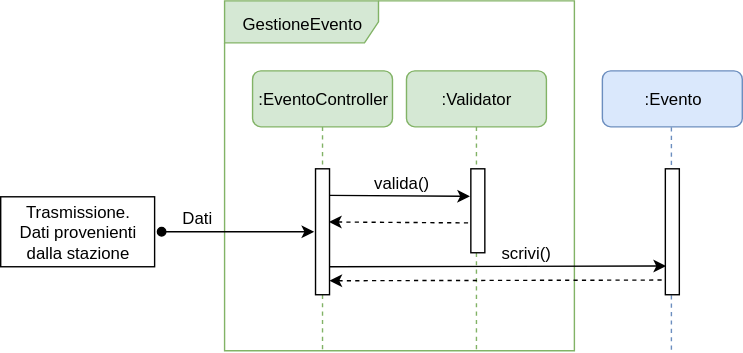
Earlier version of the draw.io export resources/InteractionGestioneEvento.svg (Leaaaf/weatherment.io). Source tidied: cells renumbered, new cells last; positions are measured from the earlier drawing's top-left corner, leaving out a move shared by most shapes.
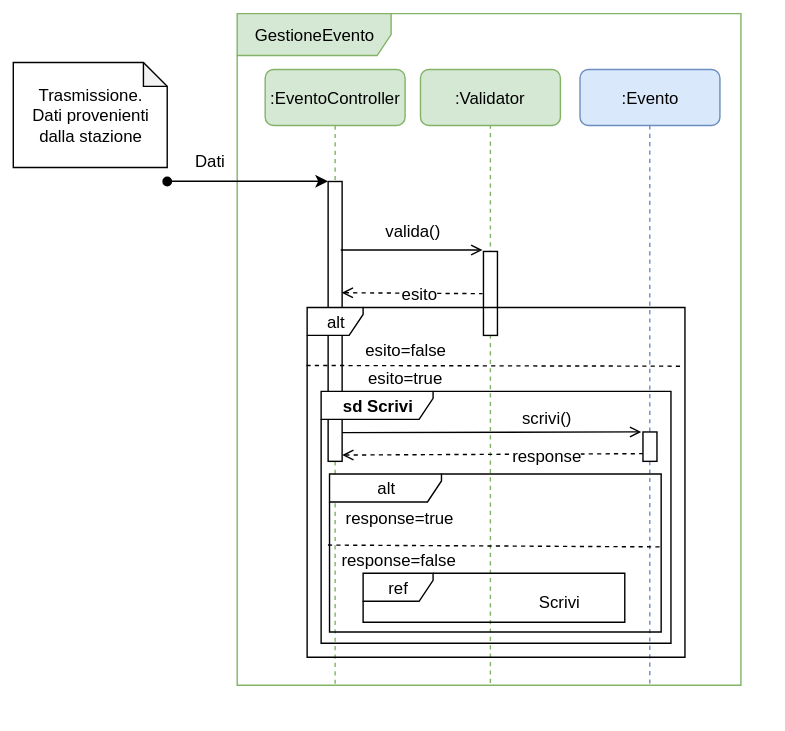
Above is the later version.

Diff of the diagram source:
```diff
@@ -3,91 +3,137 @@
     <mxCell id="0" />
     <mxCell id="1" parent="0" />
     <mxCell id="2" value="GestioneEvento" style="shape=umlFrame;whiteSpace=wrap;html=1;width=110;height=30;fillColor=#d5e8d4;strokeColor=#82b366;" parent="1" vertex="1">
-      <mxGeometry x="160" width="250" height="250" as="geometry" />
+      <mxGeometry x="160" y="-50" width="360" height="480" as="geometry" />
     </mxCell>
+    <mxCell id="21" style="edgeStyle=orthogonalEdgeStyle;rounded=0;orthogonalLoop=1;jettySize=auto;html=1;endArrow=none;endFill=0;fillColor=#d5e8d4;strokeColor=#82b366;dashed=1;" parent="1" edge="1">
+      <mxGeometry relative="1" as="geometry">
+        <mxPoint x="341" y="29.5" as="sourcePoint" />
+        <mxPoint x="341" y="430" as="targetPoint" />
+        <Array as="points">
+          <mxPoint x="341" y="349.5" />
+        </Array>
+      </mxGeometry>
+    </mxCell>
+    <mxCell id="22" style="edgeStyle=orthogonalEdgeStyle;rounded=0;orthogonalLoop=1;jettySize=auto;html=1;endArrow=none;endFill=0;fillColor=#dae8fc;strokeColor=#6c8ebf;dashed=1;" parent="1" edge="1">
+      <mxGeometry relative="1" as="geometry">
+        <mxPoint x="455" y="30" as="sourcePoint" />
+        <mxPoint x="455" y="430" as="targetPoint" />
+        <Array as="points">
+          <mxPoint x="455" y="350" />
+        </Array>
+      </mxGeometry>
+    </mxCell>
     <mxCell id="3" style="edgeStyle=orthogonalEdgeStyle;rounded=0;jettySize=auto;html=1;endArrow=none;endFill=0;fillColor=#d5e8d4;strokeColor=#82b366;dashed=1;" parent="1" edge="1" source="4">
       <mxGeometry relative="1" as="geometry">
-        <mxPoint x="230" y="250" as="targetPoint" />
-        <Array as="points">
-          <mxPoint x="230" y="90" />
-          <mxPoint x="230" y="90" />
-        </Array>
+        <mxPoint x="230" y="430" as="targetPoint" />
       </mxGeometry>
     </mxCell>
+    <mxCell id="5" style="html=1;points=[];perimeter=orthogonalPerimeter;" parent="1" vertex="1">
+      <mxGeometry x="225" y="70" width="10" height="200" as="geometry" />
+    </mxCell>
+    <mxCell id="23" value="&lt;b&gt;sd Scrivi&lt;/b&gt;" style="shape=umlFrame;whiteSpace=wrap;html=1;width=80;height=20;" parent="1" vertex="1">
+      <mxGeometry x="220" y="220" width="250" height="180" as="geometry" />
+    </mxCell>
     <mxCell id="4" value=":EventoController" style="shape=ext;rounded=1;html=1;whiteSpace=wrap;fillColor=#d5e8d4;strokeColor=#82b366;" parent="1" vertex="1">
-      <mxGeometry x="180" y="50" width="100" height="40" as="geometry" />
+      <mxGeometry x="180" y="-10" width="100" height="40" as="geometry" />
     </mxCell>
-    <mxCell id="5" style="html=1;points=[];perimeter=orthogonalPerimeter;" parent="1" vertex="1">
-      <mxGeometry x="225" y="120" width="10" height="90" as="geometry" />
-    </mxCell>
-    <mxCell id="6" style="edgeStyle=orthogonalEdgeStyle;rounded=0;jettySize=auto;html=1;entryX=-0.1;entryY=0.5;entryDx=0;entryDy=0;entryPerimeter=0;endArrow=classic;endFill=1;startArrow=oval;startFill=1;" parent="1" edge="1" target="5">
+    <mxCell id="6" style="edgeStyle=orthogonalEdgeStyle;rounded=0;jettySize=auto;html=1;entryX=-0.007;entryY=-0.001;entryDx=0;entryDy=0;entryPerimeter=0;endArrow=classic;endFill=1;startArrow=oval;startFill=1;" parent="1" edge="1" target="5">
       <mxGeometry relative="1" as="geometry">
-        <mxPoint x="115" y="165" as="sourcePoint" />
+        <mxPoint x="110" y="70" as="sourcePoint" />
+        <Array as="points">
+          <mxPoint x="120" y="70" />
+          <mxPoint x="120" y="70" />
+        </Array>
       </mxGeometry>
     </mxCell>
-    <mxCell id="7" value="&lt;span&gt;Trasmissione.&lt;/span&gt;&lt;br&gt;&lt;span&gt;Dati provenienti&lt;br&gt;dalla stazione&lt;/span&gt;&lt;br&gt;" style="html=1;" parent="1" vertex="1">
-      <mxGeometry y="140" width="110" height="50" as="geometry" />
-    </mxCell>
     <mxCell id="8" value="Dati" style="text;html=1;strokeColor=none;fillColor=none;align=center;verticalAlign=middle;whiteSpace=wrap;rounded=0;" parent="1" vertex="1">
-      <mxGeometry x="120" y="145" width="40" height="20" as="geometry" />
+      <mxGeometry x="120" y="45" width="40" height="20" as="geometry" />
     </mxCell>
-    <mxCell id="9" style="edgeStyle=orthogonalEdgeStyle;rounded=0;jettySize=auto;html=1;endArrow=none;endFill=0;fillColor=#d5e8d4;strokeColor=#82b366;dashed=1;" parent="1" edge="1" source="10">
-      <mxGeometry relative="1" as="geometry">
-        <mxPoint x="340" y="250" as="targetPoint" />
-        <Array as="points">
-          <mxPoint x="340" y="90" />
-          <mxPoint x="340" y="90" />
-        </Array>
-      </mxGeometry>
-    </mxCell>
     <mxCell id="10" value=":Validator" style="shape=ext;rounded=1;html=1;whiteSpace=wrap;fillColor=#d5e8d4;strokeColor=#82b366;" parent="1" vertex="1">
-      <mxGeometry x="290" y="50" width="100" height="40" as="geometry" />
+      <mxGeometry x="291" y="-10" width="100" height="40" as="geometry" />
     </mxCell>
     <mxCell id="11" style="html=1;points=[];perimeter=orthogonalPerimeter;" parent="1" vertex="1">
       <mxGeometry x="336" y="120" width="10" height="60" as="geometry" />
     </mxCell>
-    <mxCell id="12" style="endArrow=classic;html=1;entryX=-0.044;entryY=0.328;entryDx=0;entryDy=0;entryPerimeter=0;exitX=0.989;exitY=0.211;exitDx=0;exitDy=0;exitPerimeter=0;" parent="1" edge="1" source="5" target="11">
-      <mxGeometry relative="1" as="geometry" />
+    <mxCell id="12" style="endArrow=open;html=1;endFill=0;entryX=-0.057;entryY=-0.019;entryDx=0;entryDy=0;entryPerimeter=0;" parent="1" edge="1" target="11">
+      <mxGeometry relative="1" as="geometry">
+        <mxPoint x="234" y="119" as="sourcePoint" />
+      </mxGeometry>
     </mxCell>
     <mxCell id="13" value="valida()" style="text;html=1;strokeColor=none;fillColor=none;align=center;verticalAlign=middle;whiteSpace=wrap;rounded=0;" parent="1" vertex="1">
-      <mxGeometry x="266" y="120" width="40" height="20" as="geometry" />
+      <mxGeometry x="265" y="95" width="40" height="20" as="geometry" />
     </mxCell>
-    <mxCell id="14" style="endArrow=none;html=1;entryX=-0.044;entryY=0.328;entryDx=0;entryDy=0;entryPerimeter=0;exitX=0.989;exitY=0.211;exitDx=0;exitDy=0;exitPerimeter=0;startArrow=classic;startFill=1;endFill=0;dashed=1;" parent="1" edge="1">
+    <mxCell id="14" style="endArrow=none;html=1;entryX=-0.044;entryY=0.328;entryDx=0;entryDy=0;entryPerimeter=0;exitX=0.989;exitY=0.211;exitDx=0;exitDy=0;exitPerimeter=0;startArrow=open;startFill=0;endFill=0;dashed=1;" parent="1" edge="1">
       <mxGeometry relative="1" as="geometry">
-        <mxPoint x="234.7" y="158" as="sourcePoint" />
-        <mxPoint x="335.3" y="158.7" as="targetPoint" />
+        <mxPoint x="234.7" y="149.5" as="sourcePoint" />
+        <mxPoint x="335.3" y="150.2" as="targetPoint" />
       </mxGeometry>
     </mxCell>
+    <mxCell id="24" value="esito" style="text;html=1;align=center;verticalAlign=middle;labelBackgroundColor=#ffffff;" parent="14" vertex="1">
+      <mxGeometry x="0.22" y="-1" relative="1" as="geometry">
+        <mxPoint x="-6" y="-1" as="offset" />
+      </mxGeometry>
+    </mxCell>
     <mxCell id="15" value=":Evento" style="shape=ext;rounded=1;html=1;whiteSpace=wrap;fillColor=#dae8fc;strokeColor=#6c8ebf;" parent="1" vertex="1">
-      <mxGeometry x="430" y="50" width="100" height="40" as="geometry" />
+      <mxGeometry x="405" y="-10" width="100" height="40" as="geometry" />
     </mxCell>
-    <mxCell id="16" style="edgeStyle=orthogonalEdgeStyle;rounded=0;orthogonalLoop=1;jettySize=auto;html=1;endArrow=none;endFill=0;fillColor=#dae8fc;strokeColor=#6c8ebf;dashed=1;" parent="1" edge="1">
-      <mxGeometry relative="1" as="geometry">
-        <mxPoint x="479.5" y="90" as="sourcePoint" />
-        <mxPoint x="479.5" y="250.3" as="targetPoint" />
-        <Array as="points">
-          <mxPoint x="479.5" y="90" />
-          <mxPoint x="479.5" y="90" />
-        </Array>
-      </mxGeometry>
-    </mxCell>
-    <mxCell id="17" style="html=1;points=[];perimeter=orthogonalPerimeter;" parent="1" vertex="1">
-      <mxGeometry x="475" y="120" width="10" height="90" as="geometry" />
-    </mxCell>
-    <mxCell id="18" style="endArrow=classic;html=1;entryX=-0.033;entryY=0.774;entryDx=0;entryDy=0;entryPerimeter=0;" parent="1" edge="1">
+    <mxCell id="18" style="endArrow=open;html=1;entryX=-0.1;entryY=0;entryDx=0;entryDy=0;entryPerimeter=0;endFill=0;" parent="1" edge="1" target="17">
       <mxGeometry relative="1" as="geometry">
-        <mxPoint x="235" y="190" as="sourcePoint" />
-        <mxPoint x="475.5" y="189.5" as="targetPoint" />
+        <mxPoint x="235" y="249.5" as="sourcePoint" />
       </mxGeometry>
     </mxCell>
-    <mxCell id="19" style="endArrow=none;html=1;entryX=-0.033;entryY=0.774;entryDx=0;entryDy=0;entryPerimeter=0;startArrow=classic;startFill=1;endFill=0;dashed=1;" parent="1" edge="1">
+    <mxCell id="19" style="endArrow=none;html=1;startArrow=open;startFill=0;endFill=0;dashed=1;entryX=0;entryY=0.317;entryDx=0;entryDy=0;entryPerimeter=0;" parent="1" edge="1">
       <mxGeometry relative="1" as="geometry">
-        <mxPoint x="235" y="200" as="sourcePoint" />
-        <mxPoint x="475.5" y="199.5" as="targetPoint" />
+        <mxPoint x="235" y="265.5" as="sourcePoint" />
+        <mxPoint x="450" y="264.5" as="targetPoint" />
       </mxGeometry>
     </mxCell>
+    <mxCell id="25" value="response" style="text;html=1;align=center;verticalAlign=middle;labelBackgroundColor=#ffffff;" parent="19" vertex="1">
+      <mxGeometry x="-0.08" relative="1" as="geometry">
+        <mxPoint x="47.5" y="1" as="offset" />
+      </mxGeometry>
+    </mxCell>
     <mxCell id="20" value="scrivi()" style="text;html=1;strokeColor=none;fillColor=none;align=center;verticalAlign=middle;whiteSpace=wrap;rounded=0;" parent="1" vertex="1">
-      <mxGeometry x="340" y="170" width="70" height="20" as="geometry" />
+      <mxGeometry x="346" y="229" width="70" height="20" as="geometry" />
     </mxCell>
+    <mxCell id="7" value="Trasmissione.&lt;br&gt;Dati provenienti&lt;br&gt;dalla stazione" style="shape=note;whiteSpace=wrap;html=1;backgroundOutline=1;darkOpacity=0.05;size=17;" parent="1" vertex="1">
+      <mxGeometry y="-15" width="110" height="75" as="geometry" />
+    </mxCell>
+    <mxCell id="17" style="html=1;points=[];perimeter=orthogonalPerimeter;" parent="1" vertex="1">
+      <mxGeometry x="450" y="249" width="10" height="21" as="geometry" />
+    </mxCell>
+    <mxCell id="26" style="endArrow=none;dashed=1;html=1;entryX=0.996;entryY=0.195;entryDx=0;entryDy=0;entryPerimeter=0;exitX=-0.002;exitY=0.193;exitDx=0;exitDy=0;exitPerimeter=0;" parent="1" edge="1">
+      <mxGeometry relative="1" as="geometry">
+        <mxPoint x="209.5" y="201.5" as="sourcePoint" />
+        <mxPoint x="479" y="202" as="targetPoint" />
+      </mxGeometry>
+    </mxCell>
+    <mxCell id="27" value="esito=true" style="text;html=1;strokeColor=none;fillColor=none;align=center;verticalAlign=middle;whiteSpace=wrap;rounded=0;" parent="1" vertex="1">
+      <mxGeometry x="240" y="200" width="80" height="20" as="geometry" />
+    </mxCell>
+    <mxCell id="28" value="esito=false" style="text;html=1;strokeColor=none;fillColor=none;align=center;verticalAlign=middle;whiteSpace=wrap;rounded=0;" parent="1" vertex="1">
+      <mxGeometry x="240" y="180" width="80" height="20" as="geometry" />
+    </mxCell>
+    <mxCell id="29" value="alt" style="shape=umlFrame;whiteSpace=wrap;html=1;width=80;height=20;" parent="1" vertex="1">
+      <mxGeometry x="226" y="279" width="237" height="113" as="geometry" />
+    </mxCell>
+    <mxCell id="30" style="endArrow=none;dashed=1;html=1;exitX=-0.004;exitY=0.451;exitDx=0;exitDy=0;exitPerimeter=0;entryX=0.996;entryY=0.46;entryDx=0;entryDy=0;entryPerimeter=0;" parent="1" edge="1" source="29" target="29">
+      <mxGeometry relative="1" as="geometry" />
+    </mxCell>
+    <mxCell id="31" value="response=true" style="text;html=1;strokeColor=none;fillColor=none;align=center;verticalAlign=middle;whiteSpace=wrap;rounded=0;" parent="1" vertex="1">
+      <mxGeometry x="235" y="300" width="80" height="20" as="geometry" />
+    </mxCell>
+    <mxCell id="32" value="response=false" style="text;html=1;strokeColor=none;fillColor=none;align=center;verticalAlign=middle;whiteSpace=wrap;rounded=0;" parent="1" vertex="1">
+      <mxGeometry x="235" y="330" width="80" height="20" as="geometry" />
+    </mxCell>
+    <mxCell id="33" value="ref" style="shape=umlFrame;whiteSpace=wrap;html=1;width=50;height=20;" parent="1" vertex="1">
+      <mxGeometry x="250" y="350" width="187" height="35" as="geometry" />
+    </mxCell>
+    <mxCell id="34" value="Scrivi" style="text;html=1;strokeColor=none;fillColor=none;align=center;verticalAlign=middle;whiteSpace=wrap;rounded=0;" parent="1" vertex="1">
+      <mxGeometry x="370" y="360" width="40" height="20" as="geometry" />
+    </mxCell>
+    <mxCell id="35" value="alt" style="shape=umlFrame;whiteSpace=wrap;html=1;width=40;height=20;" parent="1" vertex="1">
+      <mxGeometry x="210" y="160" width="270" height="250" as="geometry" />
+    </mxCell>
   </root>
 </mxGraphModel>
```
